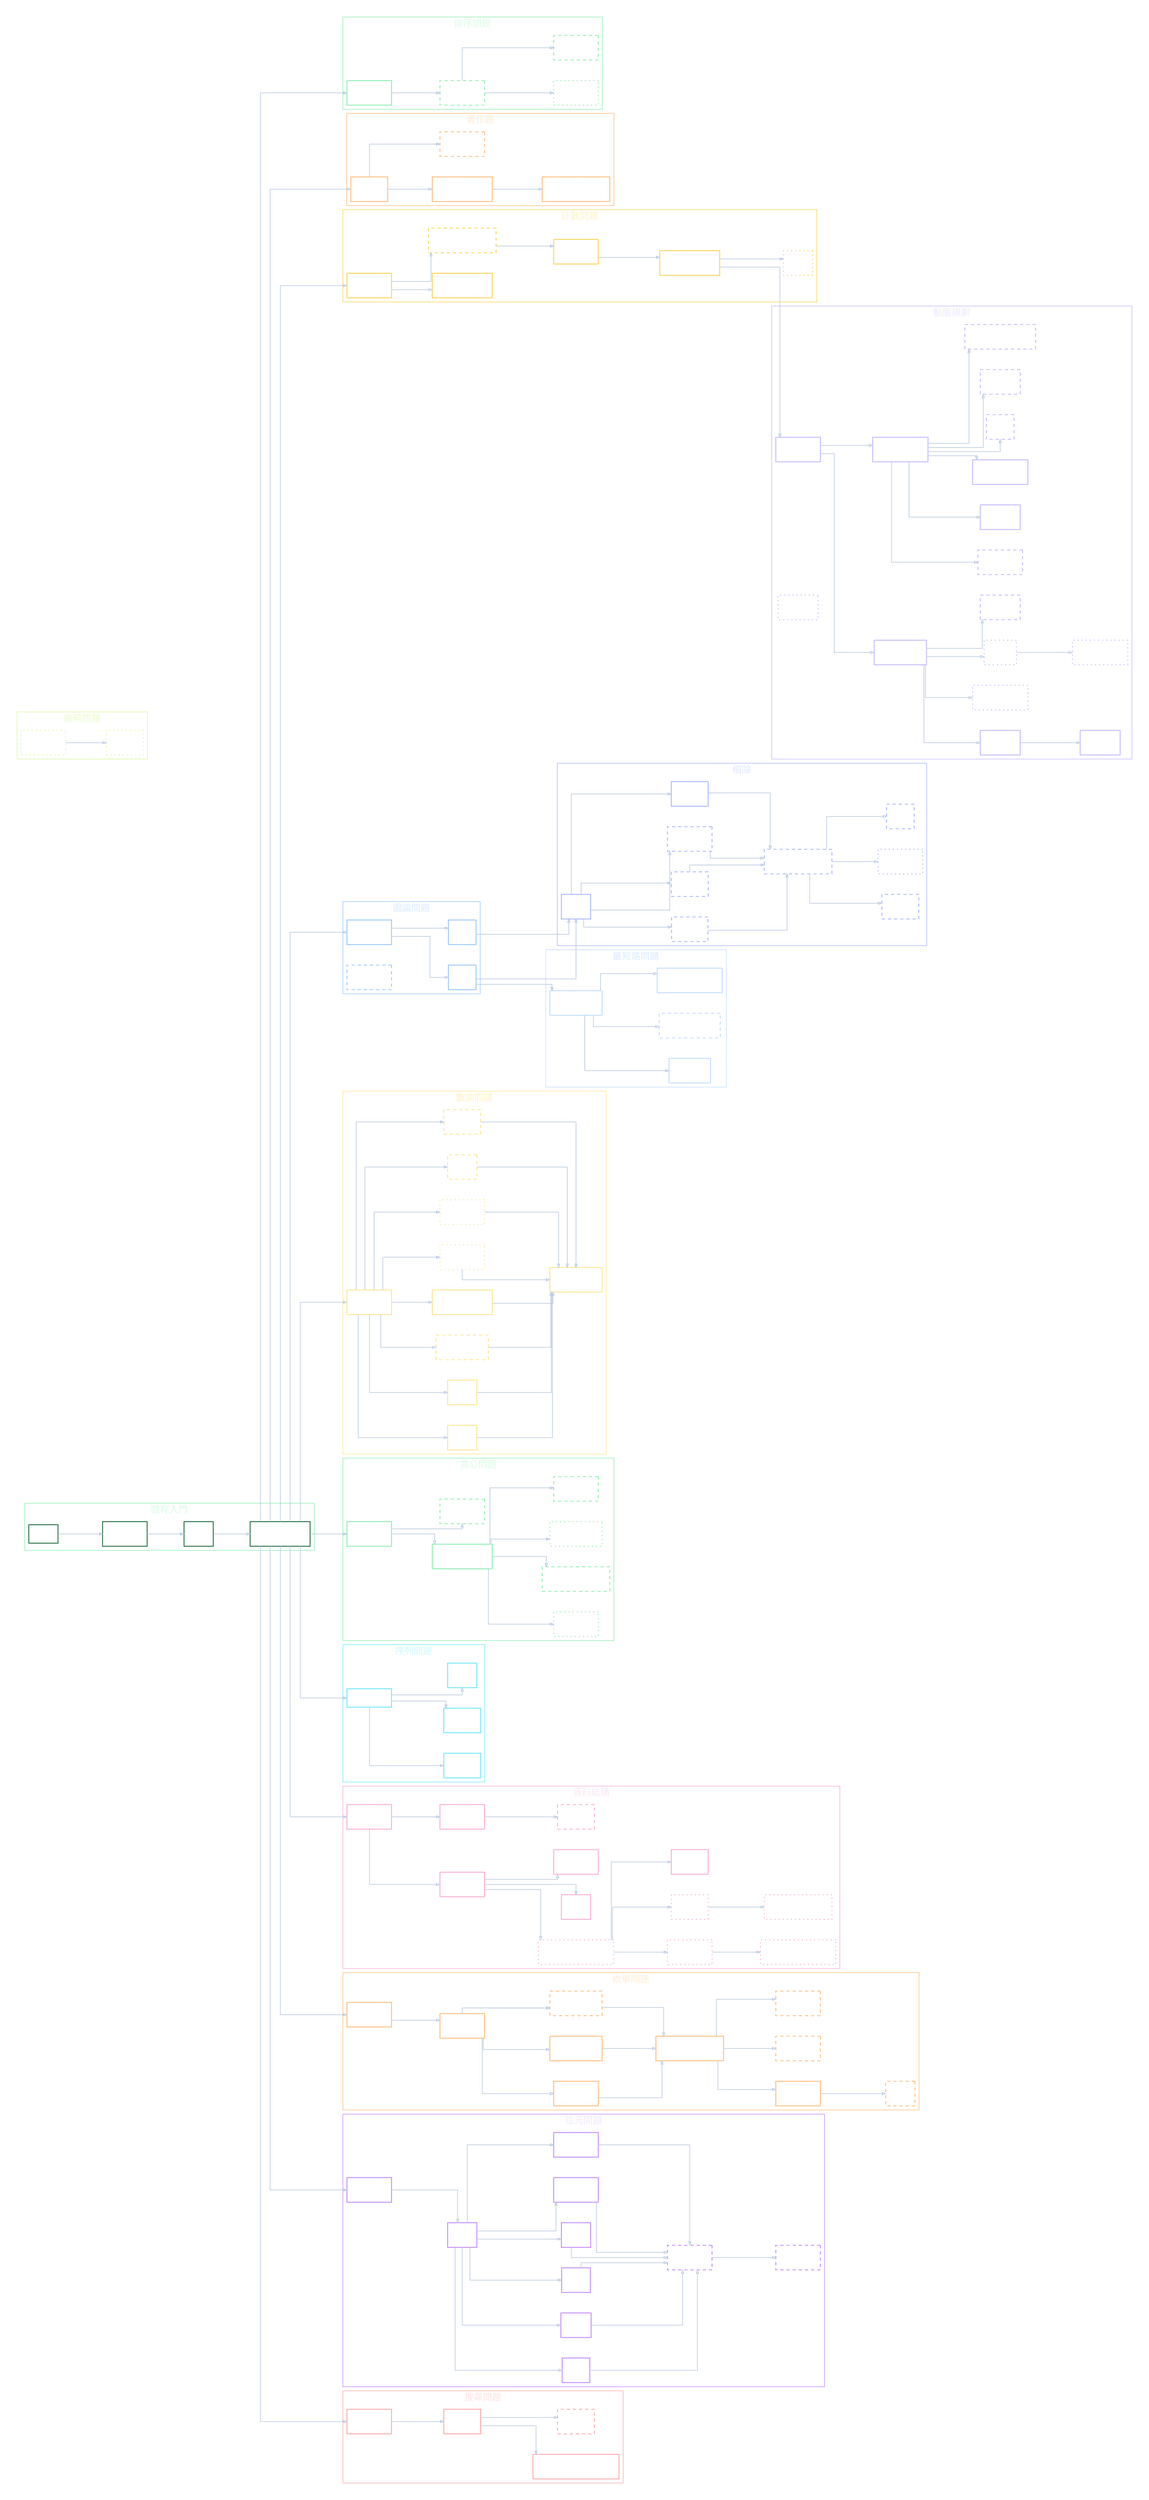
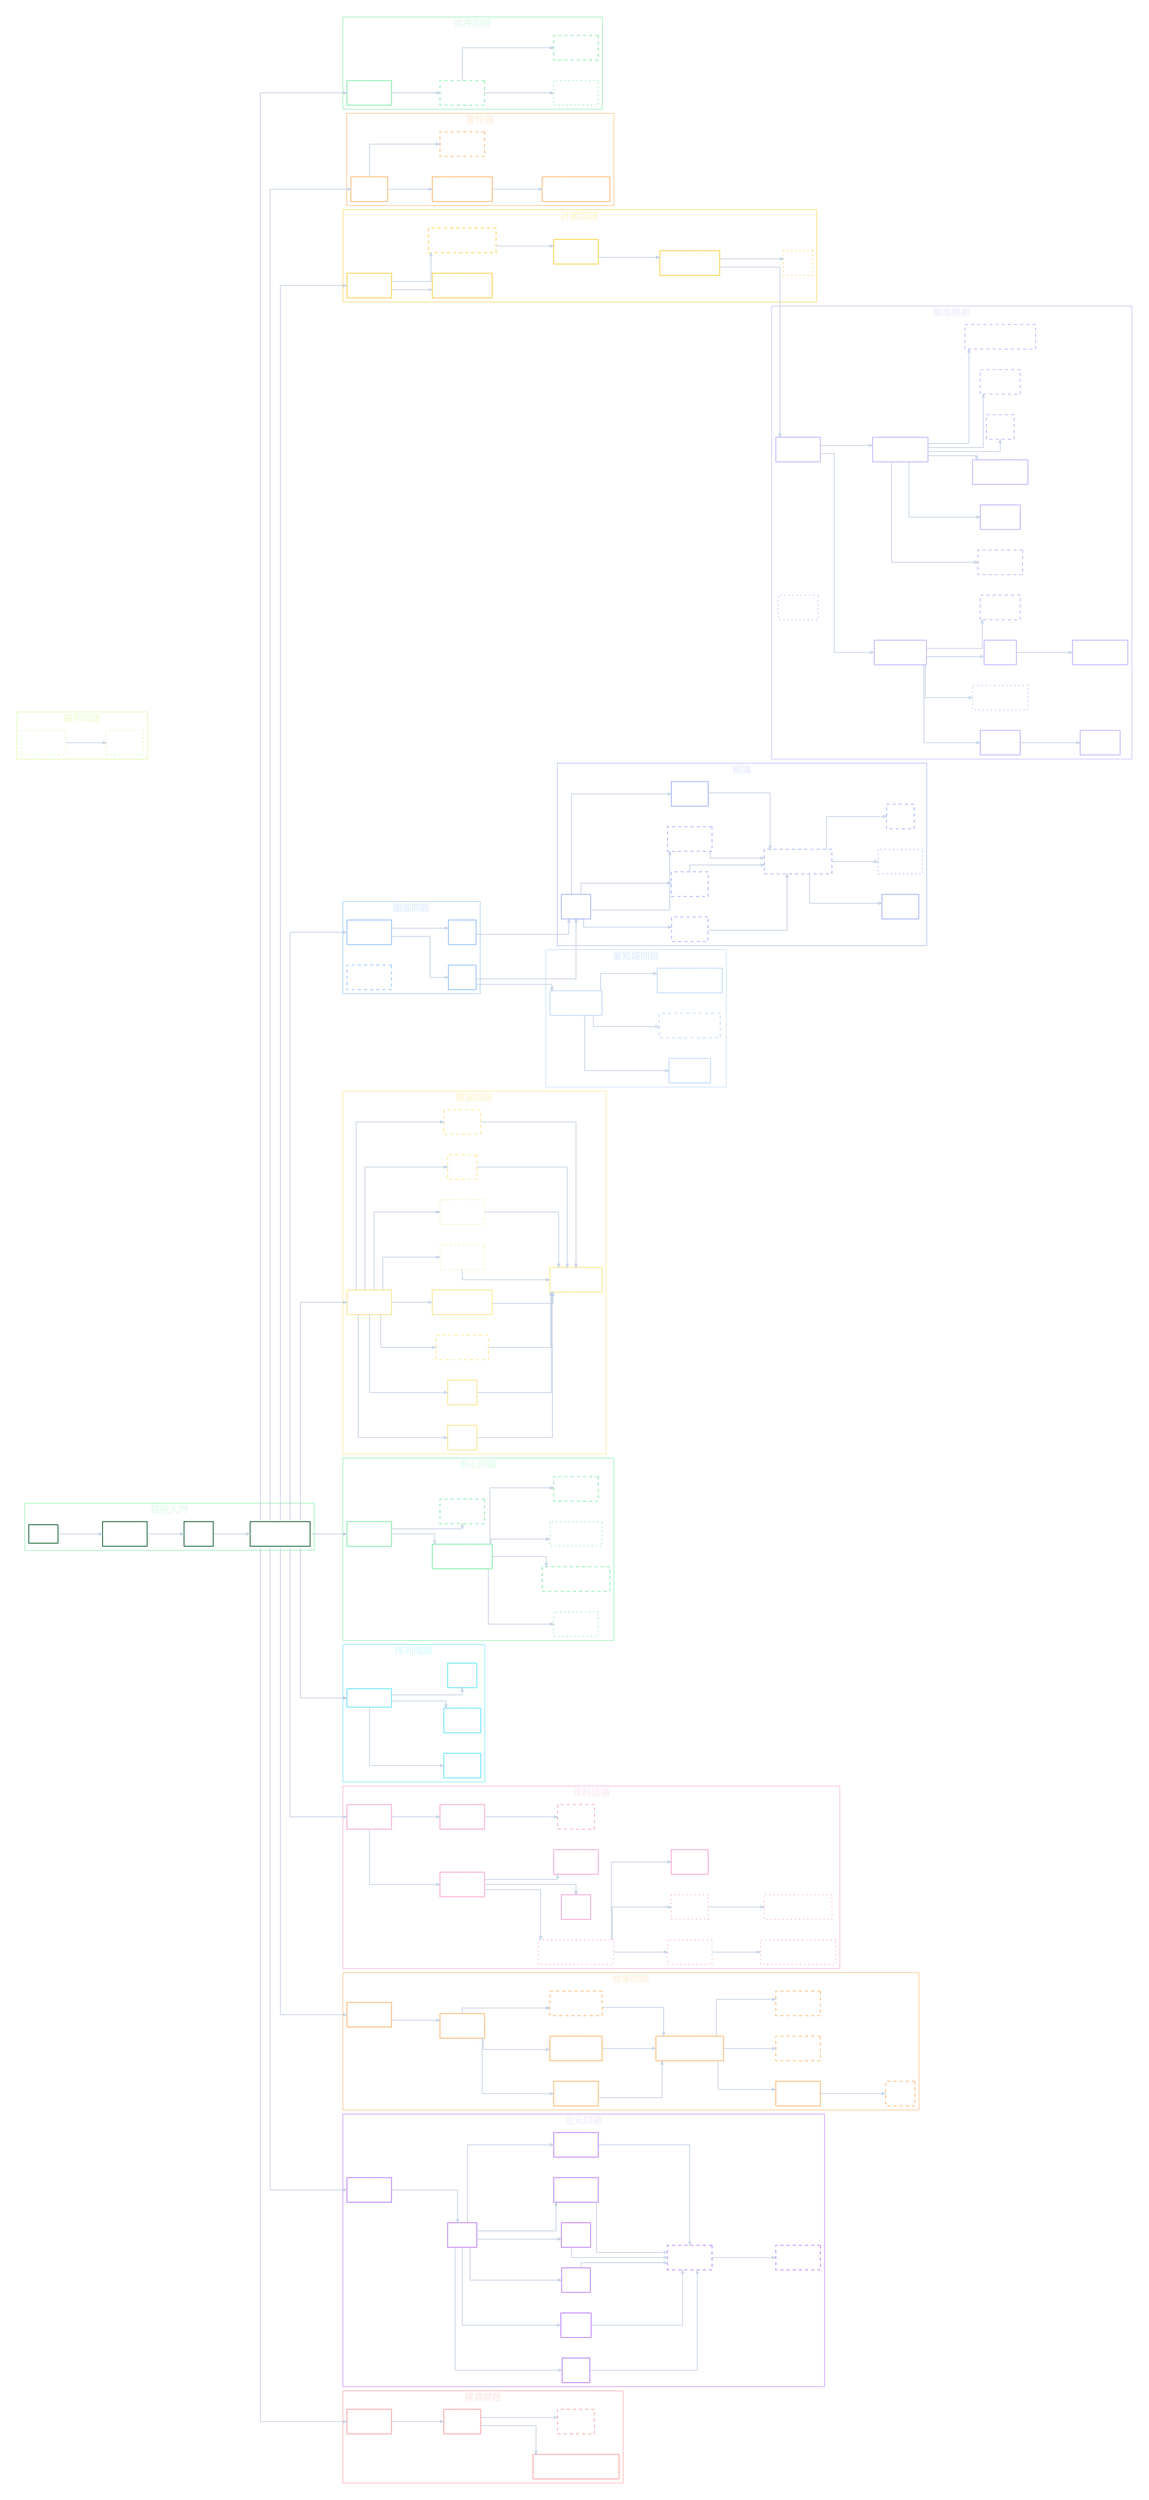
digraph CompetitiveProgrammingSkillTree {
  graph [
    rankdir=LR,
    bgcolor="transparent",
    splines=ortho,
    nodesep=0.55,
    ranksep=1.0,
    pad=0.35,
    compound=true
  ];

  node [
    shape=rect,
    style=filled,
    fontname="Microsoft JhengHei",
    fontsize=15,
    margin="0.18,0.10",
    penwidth=1.6,
    color="#7A8A99",
    fontcolor="#ffffff"
  ];

  edge [
    color="#bacae0",
    arrowsize=0.65,
    penwidth=1.2
  ];

  subgraph cluster_cp_entry {
    label="競程入門";
    color="#86efac";
    fillcolor="#052e16";
    fontname="Microsoft JhengHei";
    fontcolor="#dcfce7";
    fontsize=18;

    node [fillcolor="transparent", color="#166534"]
    root1 [label="競程"];
    core1 [label="基礎語法\n[✪]"];
    core2 [label="陣列\n[✪]"];
    core3 [label="基礎 STL 工具\n[✪]"];
  }

  subgraph cluster_sort {
    label="排序問題";
    color="#86efac";
    fillcolor="#052e16";
    fontname="Microsoft JhengHei";
    fontcolor="#dcfce7";
    fontsize=18;

    node [fillcolor="transparent", color="#86efac"];
    sort1 [label="排序問題\n[✔]"];
    sort2 [label="交換問題\n[!?]", style="dashed"];
    sort3 [label="拓撲排序\n[?]", style="dotted"];
    sort4 [label="單調隊列\n[!?]", style="dashed"];
  }

  subgraph cluster_impl {
    label="實作題";
    color="#fdba74";
    fillcolor="#431407";
    fontname="Microsoft JhengHei";
    fontcolor="#ffedd5";
    fontsize=18;

    node [fillcolor="transparent", color="#fdba74"];
    impl1 [label="實作題\n[✔]"];
    impl2 [label="二維地圖實作\n[✔]"];
    impl3 [label="字串問題\n[!?]", style="dashed"];
    impl4 [label="六邊形地圖實作\n[✔]"]
  }

  impl2 -> impl4;

  subgraph cluster_count {
    label="計數問題";
    color="#fcd34d";
    fillcolor="#422006";
    fontname="Microsoft JhengHei";
    fontcolor="#fef3c7";
    fontsize=18;

    node [fillcolor="transparent", color="#fcd34d"];
    count1 [label="計數問題\n[✔]"];
    count4 [label="微掃描線問題\n[✔]"];
    count2 [label="等價類計數問題\n[!?]", style="dashed"];
    count3 [label="排容原理\n[✔]"];
    count5 [label="拆分子問題法\n[✔]"];
    div1 [label="分治\n[?]", style="dotted"];
  }

  count1 -> count4;

  subgraph cluster_dp {
    label="動態規劃";
    color="#c4b5fd";
    fillcolor="#2e1065";
    fontname="Microsoft JhengHei";
    fontcolor="#ede9fe";
    fontsize=18;

    node [fillcolor="transparent", color="#c4b5fd"];
    dp1 [label="動態規劃\n[✔]"];
    dp2 [label="背包問題\n[!?]", style="dashed"];
    dp3 [label="分段 dp\n[✔]"];
    dp4 [label="二維地圖 dp\n[✔]"];
    dp5 [label="區間 dp\n[✔]"];
    dp6 [label="賽局 dp\n[✔]"];
    dp7 [label="狀態壓縮 dp\n[?]", style="dotted"];
    dp8 [label="記憶化搜索\n[✔]"];
    dp9 [label="LCS\n[!?]", style="dashed"];
    dp10 [label="環狀 dp\n[!?]", style="dashed"];
-     dp11 [label="樹 dp\n[?]", style="dotted"];
-     dp12 [label="子樹合併 dp\n[?]", style="dotted"];
+     dp11 [label="樹 dp\n[✔]"];
+     dp12 [label="子樹合併 dp\n[✔]"];
    dp13 [label="有權區間排程 dp\n[!?]", style="dashed"];
    dp14 [label="數位 dp\n[!?]", style="dashed"];
    dp15 [label="dp 狀態設計\n[✔]"];
    dp16 [label="dp 優化\n[?]", style="dotted"];
  }

  dp1 -> dp8;
  dp1 -> dp15;
  dp8 -> dp11;
  dp8 -> dp14;
  dp8 -> dp5;
  dp8 -> dp7;
  dp15 -> dp2;
  dp15 -> dp3;
  dp15 -> dp4;
  dp15 -> dp9;
  dp15 -> dp10;
  dp15 -> dp13;
  dp5 -> dp6;
  dp11 -> dp12;

  subgraph cluster_graph {
    label="圖論問題";
    color="#93c5fd";
    fillcolor="#172554";
    fontname="Microsoft JhengHei";
    fontcolor="#dbeafe";
    fontsize=18;

    node [fillcolor="transparent", color="#93c5fd"];
    g1 [label="圖論問題\n[✔]"];
    g2 [label="BFS\n[✔]"];
    g3 [label="DFS\n[✔]"];
    g4 [label="圖論建模\n[!?]", style="dashed"];
  }

  subgraph cluster_shortest_path {
    label="最短路問題";
    color="#bfdbfe";
    fillcolor="#1e3a8a";
    fontname="Microsoft JhengHei";
    fontcolor="#dbeafe";
    fontsize=18;

    node [fillcolor="transparent", color="#bfdbfe"];
    sp1 [label="最短路問題\n[✔]"];
    sp2 [label="Dijkstra\n[✔]"];
    sp3 [label="Bellman Ford\n[!?]", style="dashed"];
    sp4 [label="Floyd Warshall\n[✔]"];
  }

  subgraph cluster_tree {
    label="樹論";
    color="#a5b4fc";
    fillcolor="#312e81";
    fontname="Microsoft JhengHei";
    fontcolor="#e0e7ff";
    fontsize=18;

    node [fillcolor="transparent", color="#a5b4fc"];
    tree1 [label="樹論\n[✔]"];
    tree2 [label="BFS 樹\n[!?]", style="dashed"];
    tree3 [label="DFS 樹\n[!?]", style="dashed"];
    tree4 [label="前中後序\n[!?]", style="dashed"];
    tree5 [label="二分樹\n[✔]"];
    tree6 [label="更難的樹論問題\n[!?]", style="dashed"];
-     tree7 [label="樹壓平\n[!?]", style="dashed"];
+     tree7 [label="樹壓平\n[✔]"];
    tree8 [label="樹上差分\n[?]", style="dotted"];
    tree9 [label="LCA\n[!?]", style="dashed"];
  }

  subgraph cluster_number {
    label="數論問題";
    color="#fde68a";
    fillcolor="#451a03";
    fontname="Microsoft JhengHei";
    fontcolor="#fef3c7";
    fontsize=18;

    node [fillcolor="transparent", color="#fde68a"];
    num1 [label="數論問題\n[✔]"];
    num2 [label="取餘\n[✔]"];
    num3 [label="篩法\n[✔]"];
    num4 [label="質因數分解\n[!?]", style="dashed"];
    num5 [label="因數倍數問題\n[✔]"];
    num6 [label="進制系統\n[?]", style="dotted"];
    num7 [label="大數運算\n[?]", style="dotted"];
    num8 [label="機率\n[!?]", style="dashed"];
    num9 [label="期望值\n[!?]", style="dashed"];
    math1 [label="數學式化簡\n[✔]"];
  }

  num1 -> num8;
  num1 -> num9;
  num8 -> math1;
  num9 -> math1;

  subgraph cluster_greedy {
    label="貪心問題";
    color="#86efac";
    fillcolor="#052e16";
    fontname="Microsoft JhengHei";
    fontcolor="#dcfce7";
    fontsize=18;

    node [fillcolor="transparent", color="#86efac"];
    gr1 [label="貪心問題\n[✔]"];
    gr2 [label="貪心基本思維\n[✔]"];
    gr3 [label="貪心證明\n[!?]", style="dashed"];
    gr4 [label="區間貪心\n[?]", style="dotted"];
    gr5 [label="構造上下界問題\n[!?]", style="dashed"];
    gr6 [label="子序列貪心\n[?]", style="dotted"];
    gr7 [label="配對問題\n[!?]", style="dashed"];
  }

  subgraph cluster_sequence {
    label="序列問題";
    color="#67e8f9";
    fillcolor="#164e63";
    fontname="Microsoft JhengHei";
    fontcolor="#cffafe";
    fontsize=18;

    node [fillcolor="transparent", color="#67e8f9"];
    seq1 [label="序列問題"];
    seq2 [label="雙指標\n[✔]"];
    seq3 [label="前綴和\n[✔]"];
    seq4 [label="差分\n[✔]"];
  }

  subgraph cluster_ds {
    label="資料結構";
    color="#f9a8d4";
    fillcolor="#500724";
    fontname="Microsoft JhengHei";
    fontcolor="#fce7f3";
    fontsize=18;

    node [fillcolor="transparent", color="#f9a8d4"];
    ds1 [label="資料結構\n[✔]"];
    ds2 [label="序列容器\n[✔]"];
    ds3 [label="關聯容器\n[✔]"];
    ds4 [label="哈希表\n[!?]", style="dashed"];
    ds5 [label="更複雜的資料結構\n[?]", style="dotted"];
    ds6 [label="樹狀陣列\n[?]", style="dotted"];
    ds7 [label="稀疏表\n[?]", style="dotted"];
    ds8 [label="線段樹\n[✔]"];
    ds9 [label="樹狀陣列上二分搜\n[?]", style="dotted"];
    ds10 [label="稀疏表上二分搜\n[?]", style="dotted"];
    ds11 [label="堆疊\n[✔]"];
    ds12 [label="優先序列\n[✔]"];
  }

  ds2 -> ds11;
  ds2 -> ds12;

  subgraph cluster_enum {
    label="枚舉問題";
    color="#fdba74";
    fillcolor="#431407";
    fontname="Microsoft JhengHei";
    fontcolor="#ffedd5";
    fontsize=18;

    node [fillcolor="transparent", color="#fdba74"];
    enum1 [label="枚舉問題\n[✔]"];
    enum2 [label="暴力枚舉\n[✔]"];
    enum3 [label="二元枚舉\n[✔]"];
    enum4 [label="全排列枚舉\n[✔]"];
    enum5 [label="聰明的枚舉\n[!?]", style="dashed"];
    enum6 [label="更難的枚舉問題\n[✔]"];
    enum7 [label="遞迴枚舉\n[✔]"];
    enum8 [label="折半枚舉\n[!?]", style="dashed"];
    enum9 [label="剪枝\n[!?]", style="dashed"];
    enum10 [label="枚舉倍數\n[!?]", style="dashed"];
  }

  subgraph cluster_bit {
    label="位元問題";
    color="#c084fc";
    fillcolor="#3b0764";
    fontname="Microsoft JhengHei";
    fontcolor="#f3e8ff";
    fontsize=18;

    node [fillcolor="transparent", color="#c084fc"];
    bit1 [label="位元問題\n[✔]"];
    bit2 [label="位元\n[✔]"];
    bit3 [label="OR\n[✔]"];
    bit4 [label="AND\n[✔]"];
    bit5 [label="XOR\n[✔]"];
    bit6 [label="NOT\n[✔]"];
    bit7 [label="位元左移\n[✔]"];
    bit8 [label="位元右移\n[✔]"];
    bit9 [label="位元函式\n[!?]", style="dashed"];
    bit10 [label="狀態壓縮\n[!?]", style="dashed"];
  }

  subgraph cluster_search {
    label="搜尋問題";
    color="#fca5a5";
    fillcolor="#450a0a";
    fontname="Microsoft JhengHei";
    fontcolor="#fee2e2";
    fontsize=18;

    node [fillcolor="transparent", color="#fca5a5"];
    search1 [label="搜尋問題\n[✔]"];
    search2 [label="二分搜\n[✔]"];
    search3 [label="lower / upper bound\n[✔]"];
    search4 [label="三分搜\n[!?]", style="dashed"];
  }

  subgraph cluster_geometry {
    label="幾何問題";
    color="#d9f99d";
    fillcolor="#1a2e05";
    fontname="Microsoft JhengHei";
    fontcolor="#ecfccb";
    fontsize=18;

    node [fillcolor="transparent", color="#d9f99d"];
    geo1 [label="幾何問題\n[?]", style="dotted"];
    geo2 [label="掃描線\n[?]", style="dotted"];
  }

  geo1 -> geo2;

  root1 -> core1;
  core1 -> core2;
  core2 -> core3;

  core3 -> sort1;
  core3 -> impl1;
  core3 -> count1;
  core3 -> g1;
  core3 -> num1;
  core3 -> gr1;
  core3 -> seq1;
  core3 -> ds1;
  core3 -> enum1;
  core3 -> bit1;
  core3 -> search1;

  sort1 -> sort2;
  sort2 -> sort3;
  sort2 -> sort4;

  impl1 -> impl2;
  impl1 -> impl3;

  count1 -> count2;
  count2 -> count3;
  count3 -> count5;
  count5 -> dp1;
  count5 -> div1;

  g1 -> g2;
  g1 -> g3;
  g2 -> sp1;
  g2 -> tree1;
  g3 -> tree1;

  sp1 -> sp2;
  sp1 -> sp3;
  sp1 -> sp4;

  tree1 -> tree2;
  tree1 -> tree3;
  tree1 -> tree4;
  tree1 -> tree5;
  tree2 -> tree6;
  tree3 -> tree6;
  tree4 -> tree6;
  tree5 -> tree6;
  tree6 -> tree7;
  tree6 -> tree8;
  tree6 -> tree9;

  num1 -> num2;
  num1 -> num3;
  num1 -> num4;
  num1 -> num5;
  num1 -> num6;
  num1 -> num7;
  num2 -> math1;
  num3 -> math1;
  num4 -> math1;
  num5 -> math1;
  num6 -> math1;
  num7 -> math1;

  gr1 -> gr2;
  gr1 -> gr3;
  gr2 -> gr4;
  gr2 -> gr5;
  gr2 -> gr6;
  gr2 -> gr7;

  seq1 -> seq2;
  seq1 -> seq3;
  seq1 -> seq4;

  ds1 -> ds2;
  ds1 -> ds3;
  ds2 -> ds5;
  ds3 -> ds4;
  ds5 -> ds6;
  ds5 -> ds7;
  ds5 -> ds8;
  ds6 -> ds9;
  ds7 -> ds10;

  enum1 -> enum2;
  enum2 -> enum3;
  enum2 -> enum4;
  enum2 -> enum5;
  enum3 -> enum6;
  enum4 -> enum6;
  enum5 -> enum6;
  enum6 -> enum7;
  enum6 -> enum8;
  enum6 -> enum10;
  enum7 -> enum9;

  bit1 -> bit2;
  bit2 -> bit3;
  bit2 -> bit4;
  bit2 -> bit5;
  bit2 -> bit6;
  bit2 -> bit7;
  bit2 -> bit8;
  bit3 -> bit9;
  bit4 -> bit9;
  bit5 -> bit9;
  bit6 -> bit9;
  bit7 -> bit9;
  bit8 -> bit9;
  bit9 -> bit10;

  search1 -> search2;
  search2 -> search3;
  search2 -> search4;
}
